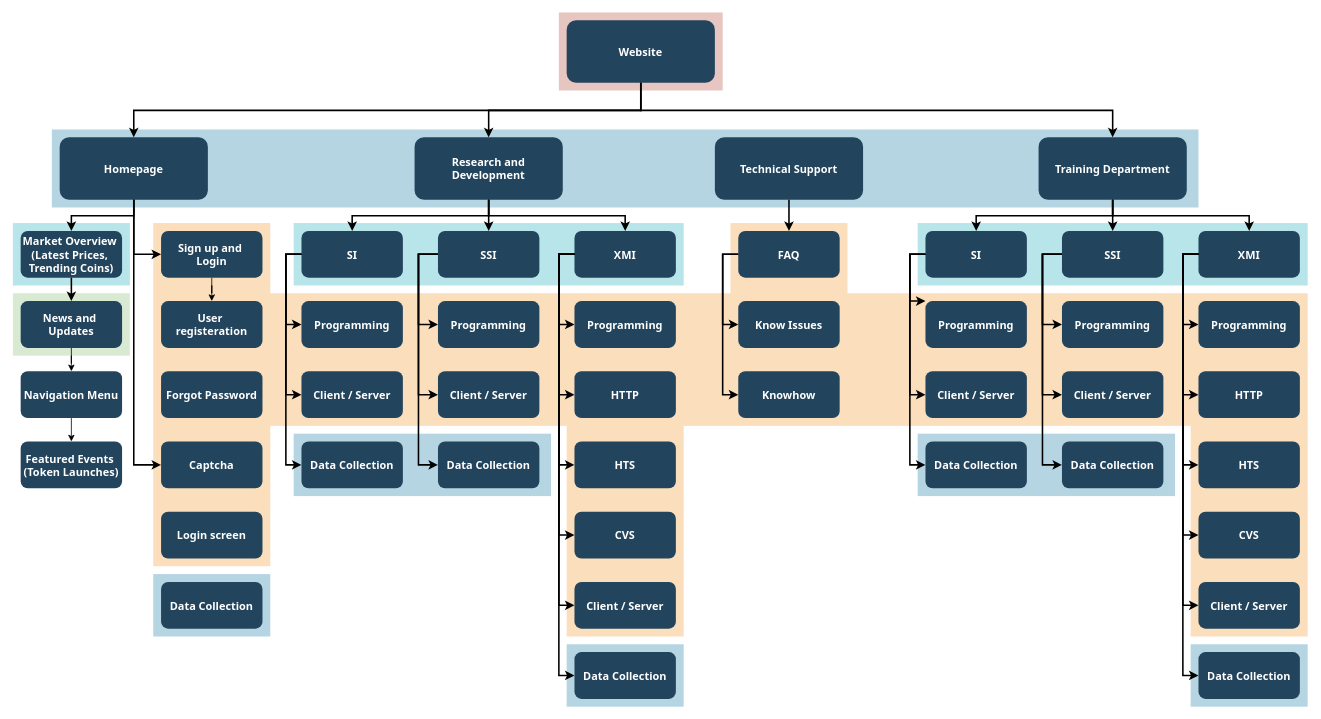
tunykush/login-captcha keeps this draw.io diagram as Biểu đồ không có tiêu đề.drawio. Above is the earlier version. Source tidied: cells renumbered, new cells numbered last; positions are measured from the earlier drawing's top-left corner, leaving out a move shared by most shapes. Both pictures are drawn from the tidied source at 78%, with x=0, y=0 at pixel (12, 12).
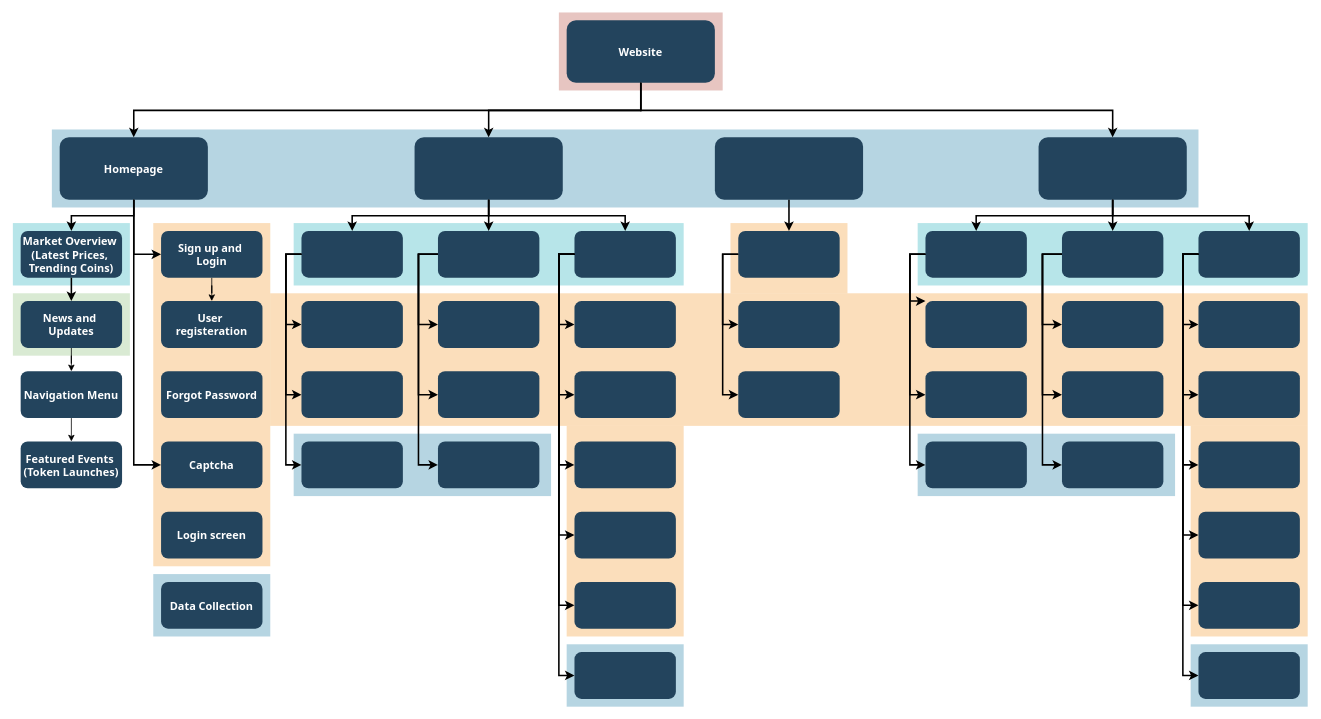
After the change.

Commit message:
Cập nhật Biểu đồ không có tiêu đề.drawio

Change to the diagram source:
```diff
@@
-    <mxCell id="19" value="Training Department" style="rounded=1;fillColor=#23445D;gradientColor=none;strokeColor=none;fontColor=#FFFFFF;fontStyle=1;fontFamily=Tahoma;fontSize=14;" parent="1" vertex="1">
+    <mxCell id="19" style="rounded=1;fillColor=#23445D;gradientColor=none;strokeColor=none;fontColor=#FFFFFF;fontStyle=1;fontFamily=Tahoma;fontSize=14;" parent="1" vertex="1">
       <mxGeometry x="1315" y="159.5" width="190" height="80" as="geometry" />
     </mxCell>
@@
-    <mxCell id="21" value="Technical Support" style="rounded=1;fillColor=#23445D;gradientColor=none;strokeColor=none;fontColor=#FFFFFF;fontStyle=1;fontFamily=Tahoma;fontSize=14;" parent="1" vertex="1">
+    <mxCell id="21" style="rounded=1;fillColor=#23445D;gradientColor=none;strokeColor=none;fontColor=#FFFFFF;fontStyle=1;fontFamily=Tahoma;fontSize=14;" parent="1" vertex="1">
       <mxGeometry x="900" y="159.5" width="190" height="80" as="geometry" />
     </mxCell>
-    <mxCell id="22" value="Research and &#10;Development" style="rounded=1;fillColor=#23445D;gradientColor=none;strokeColor=none;fontColor=#FFFFFF;fontStyle=1;fontFamily=Tahoma;fontSize=14;" parent="1" vertex="1">
+    <mxCell id="22" style="rounded=1;fillColor=#23445D;gradientColor=none;strokeColor=none;fontColor=#FFFFFF;fontStyle=1;fontFamily=Tahoma;fontSize=14;" parent="1" vertex="1">
       <mxGeometry x="515" y="159.5" width="190" height="80" as="geometry" />
     </mxCell>
@@
-    <mxCell id="34" value="SI" style="rounded=1;fillColor=#23445D;gradientColor=none;strokeColor=none;fontColor=#FFFFFF;fontStyle=1;fontFamily=Tahoma;fontSize=14;" parent="1" vertex="1">
+    <mxCell id="34" style="rounded=1;fillColor=#23445D;gradientColor=none;strokeColor=none;fontColor=#FFFFFF;fontStyle=1;fontFamily=Tahoma;fontSize=14;" parent="1" vertex="1">
       <mxGeometry x="370" y="279.5" width="130" height="60" as="geometry" />
     </mxCell>
-    <mxCell id="35" value="Programming" style="rounded=1;fillColor=#23445D;gradientColor=none;strokeColor=none;fontColor=#FFFFFF;fontStyle=1;fontFamily=Tahoma;fontSize=14;" parent="1" vertex="1">
+    <mxCell id="35" style="rounded=1;fillColor=#23445D;gradientColor=none;strokeColor=none;fontColor=#FFFFFF;fontStyle=1;fontFamily=Tahoma;fontSize=14;" parent="1" vertex="1">
       <mxGeometry x="370" y="369.5" width="130" height="60" as="geometry" />
     </mxCell>
-    <mxCell id="36" value="Client / Server" style="rounded=1;fillColor=#23445D;gradientColor=none;strokeColor=none;fontColor=#FFFFFF;fontStyle=1;fontFamily=Tahoma;fontSize=14;" parent="1" vertex="1">
+    <mxCell id="36" style="rounded=1;fillColor=#23445D;gradientColor=none;strokeColor=none;fontColor=#FFFFFF;fontStyle=1;fontFamily=Tahoma;fontSize=14;" parent="1" vertex="1">
       <mxGeometry x="370" y="459.5" width="130" height="60" as="geometry" />
     </mxCell>
-    <mxCell id="37" value="Data Collection" style="rounded=1;fillColor=#23445D;gradientColor=none;strokeColor=none;fontColor=#FFFFFF;fontStyle=1;fontFamily=Tahoma;fontSize=14;" parent="1" vertex="1">
+    <mxCell id="37" style="rounded=1;fillColor=#23445D;gradientColor=none;strokeColor=none;fontColor=#FFFFFF;fontStyle=1;fontFamily=Tahoma;fontSize=14;" parent="1" vertex="1">
       <mxGeometry x="370" y="549.5" width="130" height="60" as="geometry" />
     </mxCell>
-    <mxCell id="38" value="SSI" style="rounded=1;fillColor=#23445D;gradientColor=none;strokeColor=none;fontColor=#FFFFFF;fontStyle=1;fontFamily=Tahoma;fontSize=14;" parent="1" vertex="1">
+    <mxCell id="38" style="rounded=1;fillColor=#23445D;gradientColor=none;strokeColor=none;fontColor=#FFFFFF;fontStyle=1;fontFamily=Tahoma;fontSize=14;" parent="1" vertex="1">
       <mxGeometry x="545" y="279.5" width="130" height="60" as="geometry" />
     </mxCell>
-    <mxCell id="39" value="Programming" style="rounded=1;fillColor=#23445D;gradientColor=none;strokeColor=none;fontColor=#FFFFFF;fontStyle=1;fontFamily=Tahoma;fontSize=14;" parent="1" vertex="1">
+    <mxCell id="39" style="rounded=1;fillColor=#23445D;gradientColor=none;strokeColor=none;fontColor=#FFFFFF;fontStyle=1;fontFamily=Tahoma;fontSize=14;" parent="1" vertex="1">
       <mxGeometry x="545" y="369.5" width="130" height="60" as="geometry" />
     </mxCell>
-    <mxCell id="40" value="Client / Server" style="rounded=1;fillColor=#23445D;gradientColor=none;strokeColor=none;fontColor=#FFFFFF;fontStyle=1;fontFamily=Tahoma;fontSize=14;" parent="1" vertex="1">
+    <mxCell id="40" style="rounded=1;fillColor=#23445D;gradientColor=none;strokeColor=none;fontColor=#FFFFFF;fontStyle=1;fontFamily=Tahoma;fontSize=14;" parent="1" vertex="1">
       <mxGeometry x="545" y="459.5" width="130" height="60" as="geometry" />
     </mxCell>
-    <mxCell id="41" value="Data Collection" style="rounded=1;fillColor=#23445D;gradientColor=none;strokeColor=none;fontColor=#FFFFFF;fontStyle=1;fontFamily=Tahoma;fontSize=14;" parent="1" vertex="1">
+    <mxCell id="41" style="rounded=1;fillColor=#23445D;gradientColor=none;strokeColor=none;fontColor=#FFFFFF;fontStyle=1;fontFamily=Tahoma;fontSize=14;" parent="1" vertex="1">
       <mxGeometry x="545" y="549.5" width="130" height="60" as="geometry" />
     </mxCell>
-    <mxCell id="42" value="XMI" style="rounded=1;fillColor=#23445D;gradientColor=none;strokeColor=none;fontColor=#FFFFFF;fontStyle=1;fontFamily=Tahoma;fontSize=14;" parent="1" vertex="1">
+    <mxCell id="42" style="rounded=1;fillColor=#23445D;gradientColor=none;strokeColor=none;fontColor=#FFFFFF;fontStyle=1;fontFamily=Tahoma;fontSize=14;" parent="1" vertex="1">
       <mxGeometry x="720" y="279.5" width="130" height="60" as="geometry" />
     </mxCell>
-    <mxCell id="43" value="Programming" style="rounded=1;fillColor=#23445D;gradientColor=none;strokeColor=none;fontColor=#FFFFFF;fontStyle=1;fontFamily=Tahoma;fontSize=14;" parent="1" vertex="1">
+    <mxCell id="43" style="rounded=1;fillColor=#23445D;gradientColor=none;strokeColor=none;fontColor=#FFFFFF;fontStyle=1;fontFamily=Tahoma;fontSize=14;" parent="1" vertex="1">
       <mxGeometry x="720" y="369.5" width="130" height="60" as="geometry" />
     </mxCell>
-    <mxCell id="44" value="HTTP" style="rounded=1;fillColor=#23445D;gradientColor=none;strokeColor=none;fontColor=#FFFFFF;fontStyle=1;fontFamily=Tahoma;fontSize=14;" parent="1" vertex="1">
+    <mxCell id="44" style="rounded=1;fillColor=#23445D;gradientColor=none;strokeColor=none;fontColor=#FFFFFF;fontStyle=1;fontFamily=Tahoma;fontSize=14;" parent="1" vertex="1">
       <mxGeometry x="720" y="459.5" width="130" height="60" as="geometry" />
     </mxCell>
-    <mxCell id="45" value="HTS" style="rounded=1;fillColor=#23445D;gradientColor=none;strokeColor=none;fontColor=#FFFFFF;fontStyle=1;fontFamily=Tahoma;fontSize=14;" parent="1" vertex="1">
+    <mxCell id="45" style="rounded=1;fillColor=#23445D;gradientColor=none;strokeColor=none;fontColor=#FFFFFF;fontStyle=1;fontFamily=Tahoma;fontSize=14;" parent="1" vertex="1">
       <mxGeometry x="720" y="549.5" width="130" height="60" as="geometry" />
     </mxCell>
-    <mxCell id="46" value="CVS" style="rounded=1;fillColor=#23445D;gradientColor=none;strokeColor=none;fontColor=#FFFFFF;fontStyle=1;fontFamily=Tahoma;fontSize=14;" parent="1" vertex="1">
+    <mxCell id="46" style="rounded=1;fillColor=#23445D;gradientColor=none;strokeColor=none;fontColor=#FFFFFF;fontStyle=1;fontFamily=Tahoma;fontSize=14;" parent="1" vertex="1">
       <mxGeometry x="720" y="639.5" width="130" height="60" as="geometry" />
     </mxCell>
-    <mxCell id="47" value="Client / Server" style="rounded=1;fillColor=#23445D;gradientColor=none;strokeColor=none;fontColor=#FFFFFF;fontStyle=1;fontFamily=Tahoma;fontSize=14;" parent="1" vertex="1">
+    <mxCell id="47" style="rounded=1;fillColor=#23445D;gradientColor=none;strokeColor=none;fontColor=#FFFFFF;fontStyle=1;fontFamily=Tahoma;fontSize=14;" parent="1" vertex="1">
       <mxGeometry x="720" y="729.5" width="130" height="60" as="geometry" />
     </mxCell>
-    <mxCell id="48" value="Data Collection" style="rounded=1;fillColor=#23445D;gradientColor=none;strokeColor=none;fontColor=#FFFFFF;fontStyle=1;fontFamily=Tahoma;fontSize=14;" parent="1" vertex="1">
+    <mxCell id="48" style="rounded=1;fillColor=#23445D;gradientColor=none;strokeColor=none;fontColor=#FFFFFF;fontStyle=1;fontFamily=Tahoma;fontSize=14;" parent="1" vertex="1">
       <mxGeometry x="720" y="819.5" width="130" height="60" as="geometry" />
     </mxCell>
-    <mxCell id="49" value="FAQ" style="rounded=1;fillColor=#23445D;gradientColor=none;strokeColor=none;fontColor=#FFFFFF;fontStyle=1;fontFamily=Tahoma;fontSize=14;" parent="1" vertex="1">
+    <mxCell id="49" style="rounded=1;fillColor=#23445D;gradientColor=none;strokeColor=none;fontColor=#FFFFFF;fontStyle=1;fontFamily=Tahoma;fontSize=14;" parent="1" vertex="1">
       <mxGeometry x="930" y="279.5" width="130" height="60" as="geometry" />
     </mxCell>
-    <mxCell id="50" value="Know Issues" style="rounded=1;fillColor=#23445D;gradientColor=none;strokeColor=none;fontColor=#FFFFFF;fontStyle=1;fontFamily=Tahoma;fontSize=14;" parent="1" vertex="1">
+    <mxCell id="50" style="rounded=1;fillColor=#23445D;gradientColor=none;strokeColor=none;fontColor=#FFFFFF;fontStyle=1;fontFamily=Tahoma;fontSize=14;" parent="1" vertex="1">
       <mxGeometry x="930" y="369.5" width="130" height="60" as="geometry" />
     </mxCell>
-    <mxCell id="51" value="Knowhow" style="rounded=1;fillColor=#23445D;gradientColor=none;strokeColor=none;fontColor=#FFFFFF;fontStyle=1;fontFamily=Tahoma;fontSize=14;" parent="1" vertex="1">
+    <mxCell id="51" style="rounded=1;fillColor=#23445D;gradientColor=none;strokeColor=none;fontColor=#FFFFFF;fontStyle=1;fontFamily=Tahoma;fontSize=14;" parent="1" vertex="1">
       <mxGeometry x="930" y="459.5" width="130" height="60" as="geometry" />
     </mxCell>
-    <mxCell id="52" value="SI" style="rounded=1;fillColor=#23445D;gradientColor=none;strokeColor=none;fontColor=#FFFFFF;fontStyle=1;fontFamily=Tahoma;fontSize=14;" parent="1" vertex="1">
+    <mxCell id="52" style="rounded=1;fillColor=#23445D;gradientColor=none;strokeColor=none;fontColor=#FFFFFF;fontStyle=1;fontFamily=Tahoma;fontSize=14;" parent="1" vertex="1">
       <mxGeometry x="1170" y="279.5" width="130" height="60" as="geometry" />
     </mxCell>
-    <mxCell id="53" value="Programming" style="rounded=1;fillColor=#23445D;gradientColor=none;strokeColor=none;fontColor=#FFFFFF;fontStyle=1;fontFamily=Tahoma;fontSize=14;" parent="1" vertex="1">
+    <mxCell id="53" style="rounded=1;fillColor=#23445D;gradientColor=none;strokeColor=none;fontColor=#FFFFFF;fontStyle=1;fontFamily=Tahoma;fontSize=14;" parent="1" vertex="1">
       <mxGeometry x="1170" y="369.5" width="130" height="60" as="geometry" />
     </mxCell>
-    <mxCell id="54" value="Client / Server" style="rounded=1;fillColor=#23445D;gradientColor=none;strokeColor=none;fontColor=#FFFFFF;fontStyle=1;fontFamily=Tahoma;fontSize=14;" parent="1" vertex="1">
+    <mxCell id="54" style="rounded=1;fillColor=#23445D;gradientColor=none;strokeColor=none;fontColor=#FFFFFF;fontStyle=1;fontFamily=Tahoma;fontSize=14;" parent="1" vertex="1">
       <mxGeometry x="1170" y="459.5" width="130" height="60" as="geometry" />
     </mxCell>
-    <mxCell id="55" value="Data Collection" style="rounded=1;fillColor=#23445D;gradientColor=none;strokeColor=none;fontColor=#FFFFFF;fontStyle=1;fontFamily=Tahoma;fontSize=14;" parent="1" vertex="1">
+    <mxCell id="55" style="rounded=1;fillColor=#23445D;gradientColor=none;strokeColor=none;fontColor=#FFFFFF;fontStyle=1;fontFamily=Tahoma;fontSize=14;" parent="1" vertex="1">
       <mxGeometry x="1170" y="549.5" width="130" height="60" as="geometry" />
     </mxCell>
-    <mxCell id="56" value="SSI" style="rounded=1;fillColor=#23445D;gradientColor=none;strokeColor=none;fontColor=#FFFFFF;fontStyle=1;fontFamily=Tahoma;fontSize=14;" parent="1" vertex="1">
+    <mxCell id="56" style="rounded=1;fillColor=#23445D;gradientColor=none;strokeColor=none;fontColor=#FFFFFF;fontStyle=1;fontFamily=Tahoma;fontSize=14;" parent="1" vertex="1">
       <mxGeometry x="1345" y="279.5" width="130" height="60" as="geometry" />
     </mxCell>
-    <mxCell id="57" value="Programming" style="rounded=1;fillColor=#23445D;gradientColor=none;strokeColor=none;fontColor=#FFFFFF;fontStyle=1;fontFamily=Tahoma;fontSize=14;" parent="1" vertex="1">
+    <mxCell id="57" style="rounded=1;fillColor=#23445D;gradientColor=none;strokeColor=none;fontColor=#FFFFFF;fontStyle=1;fontFamily=Tahoma;fontSize=14;" parent="1" vertex="1">
       <mxGeometry x="1345" y="369.5" width="130" height="60" as="geometry" />
     </mxCell>
-    <mxCell id="58" value="Client / Server" style="rounded=1;fillColor=#23445D;gradientColor=none;strokeColor=none;fontColor=#FFFFFF;fontStyle=1;fontFamily=Tahoma;fontSize=14;" parent="1" vertex="1">
+    <mxCell id="58" style="rounded=1;fillColor=#23445D;gradientColor=none;strokeColor=none;fontColor=#FFFFFF;fontStyle=1;fontFamily=Tahoma;fontSize=14;" parent="1" vertex="1">
       <mxGeometry x="1345" y="459.5" width="130" height="60" as="geometry" />
     </mxCell>
-    <mxCell id="59" value="Data Collection" style="rounded=1;fillColor=#23445D;gradientColor=none;strokeColor=none;fontColor=#FFFFFF;fontStyle=1;fontFamily=Tahoma;fontSize=14;" parent="1" vertex="1">
+    <mxCell id="59" style="rounded=1;fillColor=#23445D;gradientColor=none;strokeColor=none;fontColor=#FFFFFF;fontStyle=1;fontFamily=Tahoma;fontSize=14;" parent="1" vertex="1">
       <mxGeometry x="1345" y="549.5" width="130" height="60" as="geometry" />
     </mxCell>
-    <mxCell id="60" value="XMI" style="rounded=1;fillColor=#23445D;gradientColor=none;strokeColor=none;fontColor=#FFFFFF;fontStyle=1;fontFamily=Tahoma;fontSize=14;" parent="1" vertex="1">
+    <mxCell id="60" style="rounded=1;fillColor=#23445D;gradientColor=none;strokeColor=none;fontColor=#FFFFFF;fontStyle=1;fontFamily=Tahoma;fontSize=14;" parent="1" vertex="1">
       <mxGeometry x="1520" y="279.5" width="130" height="60" as="geometry" />
     </mxCell>
-    <mxCell id="61" value="Programming" style="rounded=1;fillColor=#23445D;gradientColor=none;strokeColor=none;fontColor=#FFFFFF;fontStyle=1;fontFamily=Tahoma;fontSize=14;" parent="1" vertex="1">
+    <mxCell id="61" style="rounded=1;fillColor=#23445D;gradientColor=none;strokeColor=none;fontColor=#FFFFFF;fontStyle=1;fontFamily=Tahoma;fontSize=14;" parent="1" vertex="1">
       <mxGeometry x="1520" y="369.5" width="130" height="60" as="geometry" />
     </mxCell>
-    <mxCell id="62" value="HTTP" style="rounded=1;fillColor=#23445D;gradientColor=none;strokeColor=none;fontColor=#FFFFFF;fontStyle=1;fontFamily=Tahoma;fontSize=14;" parent="1" vertex="1">
+    <mxCell id="62" style="rounded=1;fillColor=#23445D;gradientColor=none;strokeColor=none;fontColor=#FFFFFF;fontStyle=1;fontFamily=Tahoma;fontSize=14;" parent="1" vertex="1">
       <mxGeometry x="1520" y="459.5" width="130" height="60" as="geometry" />
     </mxCell>
-    <mxCell id="63" value="HTS" style="rounded=1;fillColor=#23445D;gradientColor=none;strokeColor=none;fontColor=#FFFFFF;fontStyle=1;fontFamily=Tahoma;fontSize=14;" parent="1" vertex="1">
+    <mxCell id="63" style="rounded=1;fillColor=#23445D;gradientColor=none;strokeColor=none;fontColor=#FFFFFF;fontStyle=1;fontFamily=Tahoma;fontSize=14;" parent="1" vertex="1">
       <mxGeometry x="1520" y="549.5" width="130" height="60" as="geometry" />
     </mxCell>
-    <mxCell id="64" value="CVS" style="rounded=1;fillColor=#23445D;gradientColor=none;strokeColor=none;fontColor=#FFFFFF;fontStyle=1;fontFamily=Tahoma;fontSize=14;" parent="1" vertex="1">
+    <mxCell id="64" style="rounded=1;fillColor=#23445D;gradientColor=none;strokeColor=none;fontColor=#FFFFFF;fontStyle=1;fontFamily=Tahoma;fontSize=14;" parent="1" vertex="1">
       <mxGeometry x="1520" y="639.5" width="130" height="60" as="geometry" />
     </mxCell>
-    <mxCell id="65" value="Client / Server" style="rounded=1;fillColor=#23445D;gradientColor=none;strokeColor=none;fontColor=#FFFFFF;fontStyle=1;fontFamily=Tahoma;fontSize=14;" parent="1" vertex="1">
+    <mxCell id="65" style="rounded=1;fillColor=#23445D;gradientColor=none;strokeColor=none;fontColor=#FFFFFF;fontStyle=1;fontFamily=Tahoma;fontSize=14;" parent="1" vertex="1">
       <mxGeometry x="1520" y="729.5" width="130" height="60" as="geometry" />
     </mxCell>
-    <mxCell id="66" value="Data Collection" style="rounded=1;fillColor=#23445D;gradientColor=none;strokeColor=none;fontColor=#FFFFFF;fontStyle=1;fontFamily=Tahoma;fontSize=14;" parent="1" vertex="1">
+    <mxCell id="66" style="rounded=1;fillColor=#23445D;gradientColor=none;strokeColor=none;fontColor=#FFFFFF;fontStyle=1;fontFamily=Tahoma;fontSize=14;" parent="1" vertex="1">
       <mxGeometry x="1520" y="819.5" width="130" height="60" as="geometry" />
     </mxCell>
```
